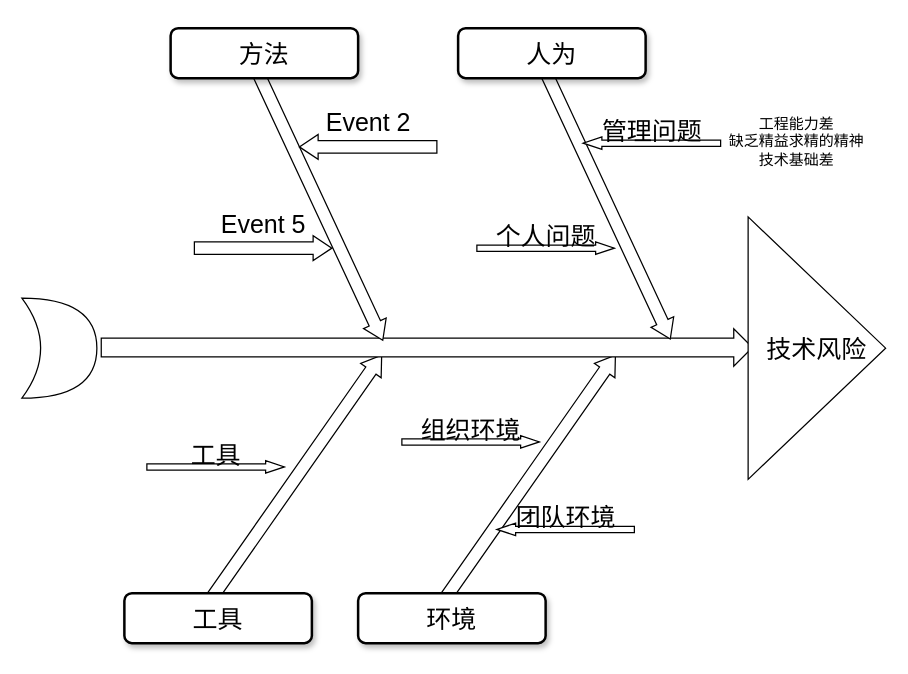
Before: 技术风险鱼骨图.drawio in LinuxSuRen/LinuxSuRen, a draw.io diagram. Source tidied: cells renumbered, new cells numbered last; positions are measured from the earlier drawing's top-left corner, leaving out a move shared by most shapes. Both pictures are drawn from the tidied source at 125%, with x=0, y=0 at pixel (21, 21).
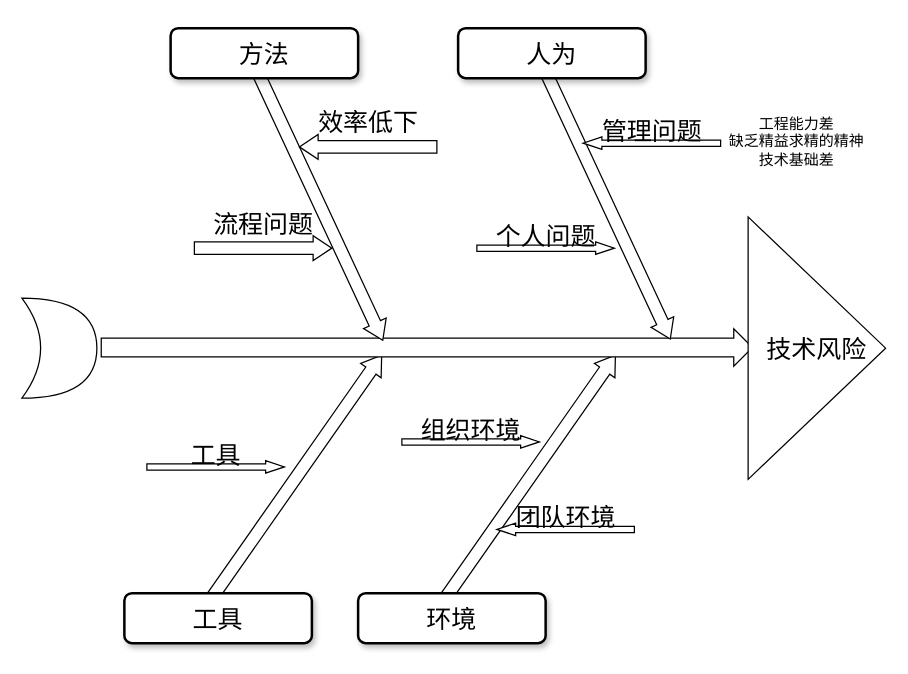
The same page after the edit.

Commit message:
更新技术风险鱼骨图.drawio

Change to the diagram source:
```diff
@@
-    <mxCell id="11" value="Event 2" style="html=1;shadow=0;dashed=0;align=center;verticalAlign=middle;shape=mxgraph.arrows2.arrow;dy=0.5;dx=15;direction=south;notch=0;rounded=0;strokeWidth=1;fontSize=20;rotation=90;horizontal=0;labelPosition=left;verticalLabelPosition=middle;" parent="1" vertex="1">
+    <mxCell id="11" value="效率低下" style="html=1;shadow=0;dashed=0;align=center;verticalAlign=middle;shape=mxgraph.arrows2.arrow;dy=0.5;dx=15;direction=south;notch=0;rounded=0;strokeWidth=1;fontSize=20;rotation=90;horizontal=0;labelPosition=left;verticalLabelPosition=middle;" parent="1" vertex="1">
       <mxGeometry x="267" y="45" width="20" height="110" as="geometry" />
     </mxCell>
@@
-    <mxCell id="14" value="Event 5" style="html=1;shadow=0;dashed=0;align=center;verticalAlign=middle;shape=mxgraph.arrows2.arrow;dy=0.5;dx=15;direction=north;notch=0;rounded=0;strokeWidth=1;fontSize=20;rotation=90;horizontal=0;labelPosition=left;verticalLabelPosition=middle;" parent="1" vertex="1">
+    <mxCell id="14" value="流程问题" style="html=1;shadow=0;dashed=0;align=center;verticalAlign=middle;shape=mxgraph.arrows2.arrow;dy=0.5;dx=15;direction=north;notch=0;rounded=0;strokeWidth=1;fontSize=20;rotation=90;horizontal=0;labelPosition=left;verticalLabelPosition=middle;" parent="1" vertex="1">
       <mxGeometry x="183" y="126" width="20" height="110" as="geometry" />
     </mxCell>
```
